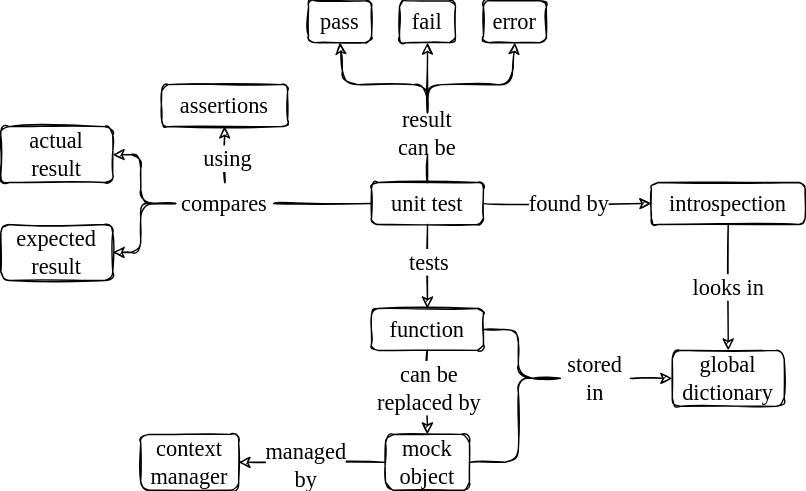
This is sdxpy/tester/tester_concept_map.svg from gvwilson/thirdbit, a draw.io export, as it was before one commit. Source tidied: cells renumbered, new cells last; positions are measured from the earlier drawing's top-left corner, leaving out a move shared by most shapes.
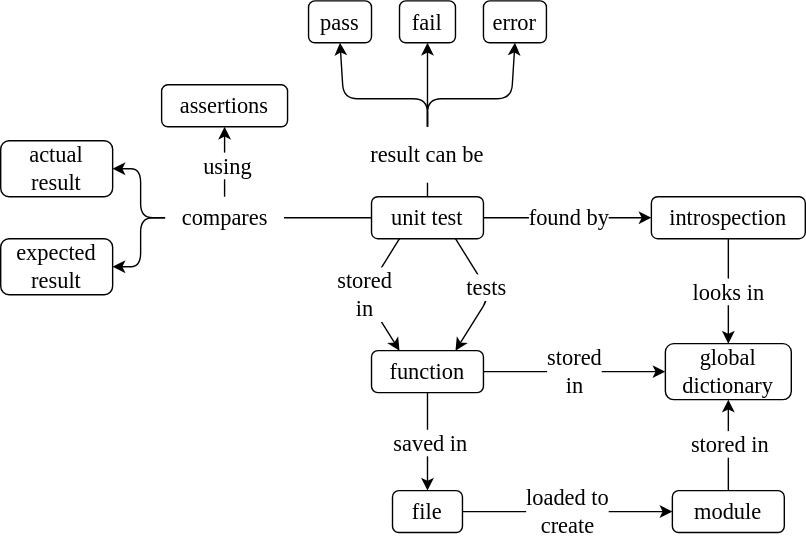
Later version of the same file.

Diff of the diagram source:
```diff
@@ -2,143 +2,138 @@
   <root>
     <mxCell id="0" />
     <mxCell id="1" parent="0" />
-    <mxCell id="2" value="&lt;font style=&quot;font-size: 16px;&quot;&gt;unit test&lt;/font&gt;" style="rounded=1;whiteSpace=wrap;html=1;sketch=1;hachureGap=4;fontFamily=Comic Sans MS;fontSize=16;fillColor=none;" parent="1" vertex="1">
-      <mxGeometry x="265" y="130" width="80" height="30" as="geometry" />
+    <mxCell id="2" value="&lt;font style=&quot;font-size: 16px;&quot;&gt;unit test&lt;/font&gt;" style="rounded=1;whiteSpace=wrap;html=1;hachureGap=4;fontFamily=Verdana;fontSize=16;fillColor=none;" parent="1" vertex="1">
+      <mxGeometry x="265" y="150" width="80" height="30" as="geometry" />
     </mxCell>
-    <mxCell id="3" value="&lt;font style=&quot;font-size: 16px;&quot;&gt;pass&lt;/font&gt;" style="rounded=1;whiteSpace=wrap;html=1;sketch=1;hachureGap=4;fontFamily=Comic Sans MS;fontSize=16;fillColor=none;" parent="1" vertex="1">
-      <mxGeometry x="220" width="45" height="30" as="geometry" />
+    <mxCell id="3" value="&lt;font style=&quot;font-size: 16px;&quot;&gt;pass&lt;/font&gt;" style="rounded=1;whiteSpace=wrap;html=1;hachureGap=4;fontFamily=Verdana;fontSize=16;fillColor=none;" parent="1" vertex="1">
+      <mxGeometry x="220" y="10" width="45" height="30" as="geometry" />
     </mxCell>
-    <mxCell id="4" value="&lt;font style=&quot;font-size: 16px;&quot;&gt;fail&lt;/font&gt;" style="rounded=1;whiteSpace=wrap;html=1;sketch=1;hachureGap=4;fontFamily=Comic Sans MS;fontSize=16;fillColor=none;" parent="1" vertex="1">
-      <mxGeometry x="285" width="40" height="30" as="geometry" />
+    <mxCell id="4" value="&lt;font style=&quot;font-size: 16px;&quot;&gt;fail&lt;/font&gt;" style="rounded=1;whiteSpace=wrap;html=1;hachureGap=4;fontFamily=Verdana;fontSize=16;fillColor=none;" parent="1" vertex="1">
+      <mxGeometry x="285" y="10" width="40" height="30" as="geometry" />
     </mxCell>
-    <mxCell id="5" value="&lt;font style=&quot;font-size: 16px;&quot;&gt;error&lt;/font&gt;" style="rounded=1;whiteSpace=wrap;html=1;sketch=1;hachureGap=4;fontFamily=Comic Sans MS;fontSize=16;fillColor=none;" parent="1" vertex="1">
-      <mxGeometry x="345" width="45" height="30" as="geometry" />
+    <mxCell id="5" value="&lt;font style=&quot;font-size: 16px;&quot;&gt;error&lt;/font&gt;" style="rounded=1;whiteSpace=wrap;html=1;hachureGap=4;fontFamily=Verdana;fontSize=16;fillColor=none;" parent="1" vertex="1">
+      <mxGeometry x="345" y="10" width="45" height="30" as="geometry" />
     </mxCell>
-    <mxCell id="6" value="&lt;font style=&quot;font-size: 16px; line-height: 1;&quot;&gt;actual&lt;br style=&quot;font-size: 16px;&quot;&gt;result&lt;br style=&quot;font-size: 16px;&quot;&gt;&lt;/font&gt;" style="rounded=1;whiteSpace=wrap;html=1;sketch=1;hachureGap=4;fontFamily=Comic Sans MS;fontSize=16;fillColor=none;" parent="1" vertex="1">
-      <mxGeometry y="90" width="80" height="40" as="geometry" />
+    <mxCell id="6" value="&lt;font style=&quot;font-size: 16px; line-height: 1;&quot;&gt;actual&lt;br style=&quot;font-size: 16px;&quot;&gt;result&lt;br style=&quot;font-size: 16px;&quot;&gt;&lt;/font&gt;" style="rounded=1;whiteSpace=wrap;html=1;hachureGap=4;fontFamily=Verdana;fontSize=16;fillColor=none;" parent="1" vertex="1">
+      <mxGeometry y="110" width="80" height="40" as="geometry" />
     </mxCell>
-    <mxCell id="7" value="&lt;font style=&quot;font-size: 16px; line-height: 1;&quot;&gt;expected&lt;br style=&quot;font-size: 16px;&quot;&gt;result&lt;br style=&quot;font-size: 16px;&quot;&gt;&lt;/font&gt;" style="rounded=1;whiteSpace=wrap;html=1;sketch=1;hachureGap=4;fontFamily=Comic Sans MS;fontSize=16;fillColor=none;" parent="1" vertex="1">
-      <mxGeometry y="160" width="80" height="40" as="geometry" />
+    <mxCell id="7" value="&lt;font style=&quot;font-size: 16px; line-height: 1;&quot;&gt;expected&lt;br style=&quot;font-size: 16px;&quot;&gt;result&lt;br style=&quot;font-size: 16px;&quot;&gt;&lt;/font&gt;" style="rounded=1;whiteSpace=wrap;html=1;hachureGap=4;fontFamily=Verdana;fontSize=16;fillColor=none;" parent="1" vertex="1">
+      <mxGeometry y="180" width="80" height="40" as="geometry" />
     </mxCell>
-    <mxCell id="8" value="&lt;font style=&quot;font-size: 16px; line-height: 1;&quot;&gt;introspection&lt;br style=&quot;font-size: 16px;&quot;&gt;&lt;/font&gt;" style="rounded=1;whiteSpace=wrap;html=1;sketch=1;hachureGap=4;fontFamily=Comic Sans MS;fontSize=16;fillColor=none;" parent="1" vertex="1">
-      <mxGeometry x="465" y="130" width="110" height="30" as="geometry" />
+    <mxCell id="8" value="&lt;font style=&quot;font-size: 16px; line-height: 1;&quot;&gt;introspection&lt;br style=&quot;font-size: 16px;&quot;&gt;&lt;/font&gt;" style="rounded=1;whiteSpace=wrap;html=1;hachureGap=4;fontFamily=Verdana;fontSize=16;fillColor=none;" parent="1" vertex="1">
+      <mxGeometry x="465" y="150" width="110" height="30" as="geometry" />
     </mxCell>
-    <mxCell id="9" value="&lt;font style=&quot;font-size: 16px; line-height: 1;&quot;&gt;mock object&lt;br style=&quot;font-size: 16px;&quot;&gt;&lt;/font&gt;" style="rounded=1;whiteSpace=wrap;html=1;sketch=1;hachureGap=4;fontFamily=Comic Sans MS;fontSize=16;fillColor=none;" parent="1" vertex="1">
-      <mxGeometry x="275" y="310" width="60" height="40" as="geometry" />
-    </mxCell>
-    <mxCell id="10" value="&lt;font style=&quot;font-size: 16px; line-height: 1;&quot;&gt;context manager&lt;br style=&quot;font-size: 16px;&quot;&gt;&lt;/font&gt;" style="rounded=1;whiteSpace=wrap;html=1;sketch=1;hachureGap=4;fontFamily=Comic Sans MS;fontSize=16;fillColor=none;" parent="1" vertex="1">
-      <mxGeometry x="100" y="310" width="70" height="40" as="geometry" />
-    </mxCell>
-    <mxCell id="11" value="&lt;font style=&quot;font-size: 16px;&quot;&gt;assertions&lt;/font&gt;" style="rounded=1;whiteSpace=wrap;html=1;sketch=1;hachureGap=4;fontFamily=Comic Sans MS;fontSize=16;fillColor=none;" parent="1" vertex="1">
-      <mxGeometry x="115" y="60" width="90" height="30" as="geometry" />
+    <mxCell id="11" value="&lt;font style=&quot;font-size: 16px;&quot;&gt;assertions&lt;/font&gt;" style="rounded=1;whiteSpace=wrap;html=1;hachureGap=4;fontFamily=Verdana;fontSize=16;fillColor=none;" parent="1" vertex="1">
+      <mxGeometry x="115" y="70" width="90" height="30" as="geometry" />
     </mxCell>
-    <mxCell id="12" style="endArrow=classic;html=1;rounded=1;sketch=1;hachureGap=4;fontFamily=Comic Sans MS;fontSize=16;sourcePerimeterSpacing=8;targetPerimeterSpacing=8;entryX=0.5;entryY=1;entryDx=0;entryDy=0;exitX=0.5;exitY=0;exitDx=0;exitDy=0;" parent="1" edge="1" source="13" target="3">
+    <mxCell id="12" style="endArrow=classic;html=1;rounded=1;hachureGap=4;fontFamily=Verdana;fontSize=16;sourcePerimeterSpacing=8;targetPerimeterSpacing=8;entryX=0.5;entryY=1;entryDx=0;entryDy=0;exitX=0.5;exitY=0;exitDx=0;exitDy=0;" parent="1" edge="1" source="13" target="3">
       <mxGeometry relative="1" as="geometry">
         <Array as="points">
-          <mxPoint x="305" y="60" />
-          <mxPoint x="245" y="60" />
+          <mxPoint x="305" y="80" />
+          <mxPoint x="245" y="80" />
         </Array>
       </mxGeometry>
     </mxCell>
-    <mxCell id="13" value="result&lt;br style=&quot;font-size: 16px;&quot;&gt;can be" style="text;html=1;strokeColor=none;fillColor=none;align=center;verticalAlign=middle;whiteSpace=wrap;rounded=0;sketch=1;hachureGap=4;fontFamily=Comic Sans MS;fontSize=16;" parent="1" vertex="1">
-      <mxGeometry x="275" y="80" width="60" height="30" as="geometry" />
+    <mxCell id="13" value="result can be" style="text;html=1;strokeColor=none;fillColor=none;align=center;verticalAlign=middle;whiteSpace=wrap;rounded=0;sketch=1;hachureGap=4;fontFamily=Verdana;fontSize=16;" parent="1" vertex="1">
+      <mxGeometry x="240" y="100" width="130" height="40" as="geometry" />
     </mxCell>
-    <mxCell id="14" style="endArrow=classic;html=1;rounded=1;sketch=1;hachureGap=4;fontFamily=Comic Sans MS;fontSize=16;sourcePerimeterSpacing=8;targetPerimeterSpacing=8;entryX=0.5;entryY=1;entryDx=0;entryDy=0;exitX=0.5;exitY=0;exitDx=0;exitDy=0;" parent="1" edge="1" source="13" target="5">
+    <mxCell id="14" style="endArrow=classic;html=1;rounded=1;hachureGap=4;fontFamily=Verdana;fontSize=16;sourcePerimeterSpacing=8;targetPerimeterSpacing=8;entryX=0.5;entryY=1;entryDx=0;entryDy=0;exitX=0.5;exitY=0;exitDx=0;exitDy=0;" parent="1" edge="1" source="13" target="5">
       <mxGeometry relative="1" as="geometry">
         <Array as="points">
-          <mxPoint x="305" y="60" />
-          <mxPoint x="365" y="60" />
+          <mxPoint x="305" y="80" />
+          <mxPoint x="365" y="80" />
         </Array>
       </mxGeometry>
     </mxCell>
-    <mxCell id="15" style="endArrow=none;html=1;rounded=0;sketch=1;hachureGap=4;fontFamily=Comic Sans MS;fontSize=16;sourcePerimeterSpacing=8;targetPerimeterSpacing=8;curved=1;entryX=0.5;entryY=1;entryDx=0;entryDy=0;exitX=0.5;exitY=0;exitDx=0;exitDy=0;" parent="1" edge="1" source="2" target="13">
-      <mxGeometry relative="1" as="geometry" />
-    </mxCell>
-    <mxCell id="16" value="compares" style="text;html=1;strokeColor=none;fillColor=none;align=center;verticalAlign=middle;whiteSpace=wrap;rounded=0;sketch=1;hachureGap=4;fontFamily=Comic Sans MS;fontSize=16;" parent="1" vertex="1">
-      <mxGeometry x="125" y="130" width="70" height="30" as="geometry" />
+    <mxCell id="16" value="compares" style="text;html=1;strokeColor=none;fillColor=none;align=center;verticalAlign=middle;whiteSpace=wrap;rounded=0;sketch=1;hachureGap=4;fontFamily=Verdana;fontSize=16;" parent="1" vertex="1">
+      <mxGeometry x="117.5" y="150" width="85" height="30" as="geometry" />
     </mxCell>
-    <mxCell id="17" style="endArrow=none;html=1;rounded=0;sketch=1;hachureGap=4;fontFamily=Comic Sans MS;fontSize=16;sourcePerimeterSpacing=8;targetPerimeterSpacing=8;curved=1;entryX=0;entryY=0.5;entryDx=0;entryDy=0;exitX=1;exitY=0.5;exitDx=0;exitDy=0;" parent="1" edge="1" source="16" target="2">
+    <mxCell id="17" style="endArrow=none;html=1;rounded=0;hachureGap=4;fontFamily=Verdana;fontSize=16;sourcePerimeterSpacing=8;targetPerimeterSpacing=8;curved=1;entryX=0;entryY=0.5;entryDx=0;entryDy=0;exitX=1;exitY=0.5;exitDx=0;exitDy=0;" parent="1" edge="1" source="16" target="2">
       <mxGeometry relative="1" as="geometry" />
     </mxCell>
-    <mxCell id="18" style="endArrow=classic;html=1;rounded=1;sketch=1;hachureGap=4;fontFamily=Comic Sans MS;fontSize=16;sourcePerimeterSpacing=8;targetPerimeterSpacing=8;entryX=1;entryY=0.5;entryDx=0;entryDy=0;exitX=0;exitY=0.5;exitDx=0;exitDy=0;" parent="1" edge="1" source="16" target="6">
+    <mxCell id="18" style="endArrow=classic;html=1;rounded=1;hachureGap=4;fontFamily=Verdana;fontSize=16;sourcePerimeterSpacing=8;targetPerimeterSpacing=8;entryX=1;entryY=0.5;entryDx=0;entryDy=0;exitX=0;exitY=0.5;exitDx=0;exitDy=0;" parent="1" edge="1" source="16" target="6">
       <mxGeometry relative="1" as="geometry">
         <Array as="points">
-          <mxPoint x="100" y="145" />
-          <mxPoint x="100" y="110" />
+          <mxPoint x="100" y="165" />
+          <mxPoint x="100" y="130" />
         </Array>
       </mxGeometry>
     </mxCell>
-    <mxCell id="19" style="endArrow=classic;html=1;rounded=1;sketch=1;hachureGap=4;fontFamily=Comic Sans MS;fontSize=16;sourcePerimeterSpacing=8;targetPerimeterSpacing=8;entryX=1;entryY=0.5;entryDx=0;entryDy=0;exitX=0;exitY=0.5;exitDx=0;exitDy=0;" parent="1" edge="1" source="16" target="7">
+    <mxCell id="19" style="endArrow=classic;html=1;rounded=1;hachureGap=4;fontFamily=Verdana;fontSize=16;sourcePerimeterSpacing=8;targetPerimeterSpacing=8;entryX=1;entryY=0.5;entryDx=0;entryDy=0;exitX=0;exitY=0.5;exitDx=0;exitDy=0;" parent="1" edge="1" source="16" target="7">
       <mxGeometry relative="1" as="geometry">
         <Array as="points">
-          <mxPoint x="100" y="145" />
-          <mxPoint x="100" y="180" />
+          <mxPoint x="100" y="165" />
+          <mxPoint x="100" y="200" />
         </Array>
       </mxGeometry>
     </mxCell>
-    <mxCell id="20" style="endArrow=classic;html=1;rounded=0;sketch=1;hachureGap=4;fontFamily=Comic Sans MS;fontSize=16;sourcePerimeterSpacing=8;targetPerimeterSpacing=8;curved=1;exitX=0.5;exitY=0;exitDx=0;exitDy=0;entryX=0.5;entryY=1;entryDx=0;entryDy=0;" parent="1" edge="1" source="16" target="11">
+    <mxCell id="20" style="endArrow=classic;html=1;rounded=0;hachureGap=4;fontFamily=Verdana;fontSize=16;sourcePerimeterSpacing=8;targetPerimeterSpacing=8;curved=1;exitX=0.5;exitY=0;exitDx=0;exitDy=0;entryX=0.5;entryY=1;entryDx=0;entryDy=0;" parent="1" edge="1" source="16" target="11">
       <mxGeometry relative="1" as="geometry" />
     </mxCell>
-    <mxCell id="21" value="using" style="edgeLabel;html=1;align=center;verticalAlign=middle;fontSize=16;fontFamily=Comic Sans MS;" parent="20" vertex="1">
+    <mxCell id="21" value="using" style="edgeLabel;html=1;align=center;verticalAlign=middle;fontSize=16;fontFamily=Verdana;" parent="20" vertex="1">
       <mxGeometry x="-0.1" y="-1" relative="1" as="geometry" />
     </mxCell>
-    <mxCell id="22" value="&lt;font style=&quot;font-size: 16px;&quot;&gt;function&lt;/font&gt;" style="rounded=1;whiteSpace=wrap;html=1;sketch=1;hachureGap=4;fontFamily=Comic Sans MS;fontSize=16;fillColor=none;" parent="1" vertex="1">
-      <mxGeometry x="265" y="220" width="80" height="30" as="geometry" />
+    <mxCell id="22" value="&lt;font style=&quot;font-size: 16px;&quot;&gt;function&lt;/font&gt;" style="rounded=1;whiteSpace=wrap;html=1;hachureGap=4;fontFamily=Verdana;fontSize=16;fillColor=none;" parent="1" vertex="1">
+      <mxGeometry x="265" y="260" width="80" height="30" as="geometry" />
     </mxCell>
-    <mxCell id="23" style="endArrow=classic;html=1;rounded=0;sketch=1;hachureGap=4;fontFamily=Comic Sans MS;fontSize=16;sourcePerimeterSpacing=8;targetPerimeterSpacing=8;curved=1;exitX=0.5;exitY=1;exitDx=0;exitDy=0;entryX=0.5;entryY=0;entryDx=0;entryDy=0;" parent="1" edge="1" source="2" target="22">
-      <mxGeometry relative="1" as="geometry" />
+    <mxCell id="23" style="endArrow=classic;html=1;rounded=1;hachureGap=4;fontFamily=Verdana;fontSize=16;sourcePerimeterSpacing=8;targetPerimeterSpacing=8;exitX=0.75;exitY=1;exitDx=0;exitDy=0;entryX=0.75;entryY=0;entryDx=0;entryDy=0;" parent="1" edge="1" source="2" target="22">
+      <mxGeometry relative="1" as="geometry">
+        <Array as="points">
+          <mxPoint x="350" y="220" />
+        </Array>
+      </mxGeometry>
     </mxCell>
-    <mxCell id="24" value="tests" style="edgeLabel;html=1;align=center;verticalAlign=middle;fontSize=16;fontFamily=Comic Sans MS;" parent="23" vertex="1">
+    <mxCell id="24" value="tests" style="edgeLabel;html=1;align=center;verticalAlign=middle;fontSize=16;fontFamily=Verdana;" parent="23" vertex="1">
       <mxGeometry x="-0.13" relative="1" as="geometry" />
     </mxCell>
-    <mxCell id="25" style="endArrow=classic;html=1;rounded=0;sketch=1;hachureGap=4;fontFamily=Comic Sans MS;fontSize=16;sourcePerimeterSpacing=8;targetPerimeterSpacing=8;curved=1;entryX=0.5;entryY=0;entryDx=0;entryDy=0;exitX=0.5;exitY=1;exitDx=0;exitDy=0;" parent="1" edge="1" source="22" target="9">
-      <mxGeometry relative="1" as="geometry" />
-    </mxCell>
-    <mxCell id="26" value="can be&lt;br style=&quot;font-size: 16px;&quot;&gt;replaced by" style="edgeLabel;html=1;align=center;verticalAlign=middle;fontSize=16;fontFamily=Comic Sans MS;" parent="25" vertex="1">
-      <mxGeometry x="-0.15" relative="1" as="geometry" />
-    </mxCell>
-    <mxCell id="27" style="endArrow=classic;html=1;rounded=0;sketch=1;hachureGap=4;fontFamily=Comic Sans MS;fontSize=16;sourcePerimeterSpacing=8;targetPerimeterSpacing=8;curved=1;entryX=0;entryY=0.5;entryDx=0;entryDy=0;exitX=1;exitY=0.5;exitDx=0;exitDy=0;" parent="1" edge="1" source="2" target="8">
+    <mxCell id="27" style="endArrow=classic;html=1;rounded=0;hachureGap=4;fontFamily=Verdana;fontSize=16;sourcePerimeterSpacing=8;targetPerimeterSpacing=8;curved=1;entryX=0;entryY=0.5;entryDx=0;entryDy=0;exitX=1;exitY=0.5;exitDx=0;exitDy=0;" parent="1" edge="1" source="2" target="8">
       <mxGeometry relative="1" as="geometry" />
     </mxCell>
-    <mxCell id="28" value="found by" style="edgeLabel;html=1;align=center;verticalAlign=middle;fontSize=16;fontFamily=Comic Sans MS;" parent="27" vertex="1">
+    <mxCell id="28" value="found by" style="edgeLabel;html=1;align=center;verticalAlign=middle;fontSize=16;fontFamily=Verdana;" parent="27" vertex="1">
       <mxGeometry y="1" relative="1" as="geometry" />
     </mxCell>
-    <mxCell id="29" style="endArrow=classic;html=1;rounded=1;sketch=1;hachureGap=4;fontFamily=Comic Sans MS;fontSize=16;sourcePerimeterSpacing=8;targetPerimeterSpacing=8;entryX=1;entryY=0.5;entryDx=0;entryDy=0;exitX=0;exitY=0.5;exitDx=0;exitDy=0;" parent="1" edge="1" source="9" target="10">
-      <mxGeometry relative="1" as="geometry" />
-    </mxCell>
-    <mxCell id="30" value="managed&lt;br style=&quot;font-size: 16px;&quot;&gt;by" style="edgeLabel;html=1;align=center;verticalAlign=middle;fontSize=16;fontFamily=Comic Sans MS;spacingLeft=2;spacingRight=2;" parent="29" vertex="1">
-      <mxGeometry x="0.1" y="1" relative="1" as="geometry" />
-    </mxCell>
-    <mxCell id="31" value="&lt;font style=&quot;font-size: 16px;&quot;&gt;global dictionary&lt;/font&gt;" style="rounded=1;whiteSpace=wrap;html=1;sketch=1;hachureGap=4;fontFamily=Comic Sans MS;fontSize=16;fillColor=none;" parent="1" vertex="1">
-      <mxGeometry x="480" y="250" width="80" height="40" as="geometry" />
+    <mxCell id="31" value="&lt;font style=&quot;font-size: 16px;&quot;&gt;global dictionary&lt;/font&gt;" style="rounded=1;whiteSpace=wrap;html=1;hachureGap=4;fontFamily=Verdana;fontSize=16;fillColor=none;" parent="1" vertex="1">
+      <mxGeometry x="475" y="255" width="90" height="40" as="geometry" />
     </mxCell>
-    <mxCell id="32" value="looks in" style="endArrow=classic;html=1;rounded=1;sketch=1;hachureGap=4;fontFamily=Comic Sans MS;fontSize=16;sourcePerimeterSpacing=8;targetPerimeterSpacing=8;entryX=0.5;entryY=0;entryDx=0;entryDy=0;exitX=0.5;exitY=1;exitDx=0;exitDy=0;" parent="1" edge="1" source="8" target="31">
+    <mxCell id="32" value="looks in" style="endArrow=classic;html=1;rounded=1;hachureGap=4;fontFamily=Verdana;fontSize=16;sourcePerimeterSpacing=8;targetPerimeterSpacing=8;entryX=0.5;entryY=0;entryDx=0;entryDy=0;exitX=0.5;exitY=1;exitDx=0;exitDy=0;" parent="1" edge="1" source="8" target="31">
       <mxGeometry relative="1" as="geometry" />
     </mxCell>
-    <mxCell id="33" value="stored in" style="text;html=1;strokeColor=none;fillColor=none;align=center;verticalAlign=middle;whiteSpace=wrap;rounded=0;sketch=1;hachureGap=4;fontFamily=Comic Sans MS;fontSize=16;" parent="1" vertex="1">
-      <mxGeometry x="400" y="255" width="50" height="30" as="geometry" />
-    </mxCell>
-    <mxCell id="34" style="endArrow=none;html=1;rounded=1;sketch=1;hachureGap=4;fontFamily=Comic Sans MS;fontSize=16;sourcePerimeterSpacing=8;targetPerimeterSpacing=8;entryX=0;entryY=0.5;entryDx=0;entryDy=0;exitX=1;exitY=0.5;exitDx=0;exitDy=0;" parent="1" edge="1" source="22" target="33">
-      <mxGeometry relative="1" as="geometry">
-        <Array as="points">
-          <mxPoint x="370" y="235" />
-          <mxPoint x="370" y="270" />
-        </Array>
-      </mxGeometry>
-    </mxCell>
-    <mxCell id="35" style="endArrow=none;html=1;rounded=1;sketch=1;hachureGap=4;fontFamily=Comic Sans MS;fontSize=16;sourcePerimeterSpacing=8;targetPerimeterSpacing=8;entryX=0;entryY=0.5;entryDx=0;entryDy=0;exitX=1;exitY=0.5;exitDx=0;exitDy=0;" parent="1" edge="1" source="9" target="33">
-      <mxGeometry relative="1" as="geometry">
-        <Array as="points">
-          <mxPoint x="370" y="330" />
-          <mxPoint x="370" y="270" />
-        </Array>
-      </mxGeometry>
-    </mxCell>
-    <mxCell id="36" style="endArrow=classic;html=1;rounded=1;sketch=1;hachureGap=4;fontFamily=Comic Sans MS;fontSize=16;sourcePerimeterSpacing=8;targetPerimeterSpacing=8;entryX=0;entryY=0.5;entryDx=0;entryDy=0;exitX=1;exitY=0.5;exitDx=0;exitDy=0;" parent="1" edge="1" source="33" target="31">
-      <mxGeometry relative="1" as="geometry" />
-    </mxCell>
-    <mxCell id="37" style="endArrow=classic;html=1;rounded=1;sketch=1;hachureGap=4;fontFamily=Comic Sans MS;fontSize=16;sourcePerimeterSpacing=8;targetPerimeterSpacing=8;entryX=0.5;entryY=1;entryDx=0;entryDy=0;exitX=0.5;exitY=0;exitDx=0;exitDy=0;" parent="1" edge="1" source="13" target="4">
+    <mxCell id="37" style="endArrow=classic;html=1;rounded=1;hachureGap=4;fontFamily=Verdana;fontSize=16;sourcePerimeterSpacing=8;targetPerimeterSpacing=8;entryX=0.5;entryY=1;entryDx=0;entryDy=0;exitX=0.5;exitY=0;exitDx=0;exitDy=0;" parent="1" edge="1" source="13" target="4">
       <mxGeometry relative="1" as="geometry" />
     </mxCell>
+    <mxCell id="15" style="endArrow=none;html=1;rounded=0;exitX=0.5;exitY=0;exitDx=0;exitDy=0;entryX=0.5;entryY=1;entryDx=0;entryDy=0;" parent="1" edge="1" source="2" target="13">
+      <mxGeometry relative="1" as="geometry" />
+    </mxCell>
+    <mxCell id="38" style="endArrow=classic;html=1;rounded=0;hachureGap=4;fontFamily=Verdana;fontSize=16;sourcePerimeterSpacing=8;targetPerimeterSpacing=8;curved=1;entryX=0.5;entryY=0;entryDx=0;entryDy=0;exitX=0.5;exitY=1;exitDx=0;exitDy=0;" parent="1" edge="1" source="22" target="41">
+      <mxGeometry relative="1" as="geometry" />
+    </mxCell>
+    <mxCell id="39" value="saved in" style="edgeLabel;html=1;align=center;verticalAlign=middle;fontSize=16;fontFamily=Verdana;" parent="38" vertex="1">
+      <mxGeometry y="1" relative="1" as="geometry" />
+    </mxCell>
+    <mxCell id="40" value="&lt;font style=&quot;font-size: 16px&quot; face=&quot;Verdana&quot;&gt;stored&lt;br&gt;in&lt;/font&gt;" style="endArrow=classic;html=1;rounded=1;exitX=0.25;exitY=1;exitDx=0;exitDy=0;entryX=0.25;entryY=0;entryDx=0;entryDy=0;" parent="1" edge="1" source="2" target="22">
+      <mxGeometry relative="1" as="geometry">
+        <Array as="points">
+          <mxPoint x="260" y="220" />
+        </Array>
+      </mxGeometry>
+    </mxCell>
+    <mxCell id="41" value="&lt;font style=&quot;font-size: 16px&quot;&gt;file&lt;/font&gt;" style="rounded=1;whiteSpace=wrap;html=1;hachureGap=4;fontFamily=Verdana;fontSize=16;fillColor=none;" parent="1" vertex="1">
+      <mxGeometry x="280" y="360" width="50" height="30" as="geometry" />
+    </mxCell>
+    <mxCell id="42" value="&lt;font style=&quot;font-size: 16px&quot;&gt;module&lt;/font&gt;" style="rounded=1;whiteSpace=wrap;html=1;hachureGap=4;fontFamily=Verdana;fontSize=16;fillColor=none;" parent="1" vertex="1">
+      <mxGeometry x="480" y="360" width="80" height="30" as="geometry" />
+    </mxCell>
+    <mxCell id="43" value="loaded to&lt;br&gt;create" style="endArrow=classic;html=1;rounded=1;fontFamily=Verdana;fontSize=16;exitX=1;exitY=0.5;exitDx=0;exitDy=0;entryX=0;entryY=0.5;entryDx=0;entryDy=0;" parent="1" edge="1" source="41" target="42">
+      <mxGeometry relative="1" as="geometry" />
+    </mxCell>
+    <mxCell id="44" style="endArrow=classic;html=1;rounded=1;fontFamily=Verdana;fontSize=16;entryX=0.5;entryY=1;entryDx=0;entryDy=0;" parent="1" edge="1" source="42" target="31">
+      <mxGeometry relative="1" as="geometry" />
+    </mxCell>
+    <mxCell id="45" value="stored in" style="edgeLabel;html=1;align=center;verticalAlign=middle;fontSize=16;fontFamily=Verdana;" parent="44" vertex="1">
+      <mxGeometry x="0.05" relative="1" as="geometry" />
+    </mxCell>
+    <mxCell id="46" value="stored&lt;br&gt;in" style="endArrow=classic;html=1;rounded=1;fontFamily=Verdana;fontSize=16;exitX=1;exitY=0.5;exitDx=0;exitDy=0;entryX=0;entryY=0.5;entryDx=0;entryDy=0;" parent="1" edge="1" source="22" target="31">
+      <mxGeometry relative="1" as="geometry" />
+    </mxCell>
   </root>
 </mxGraphModel>
```
